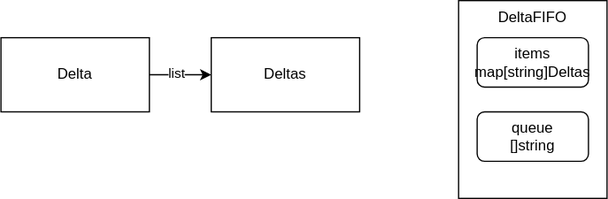
The draw.io diagram contents/kubernetes-operator/client-go/deltafifo/deltafifo.drawio.svg in nakamasato/kubernetes-training, before a commit. Source tidied: cells renumbered, new cells last; positions are measured from the earlier drawing's top-left corner, leaving out a move shared by most shapes. Its diagram source:
```xml
<mxGraphModel>
  <root>
    <mxCell id="0" />
    <mxCell id="1" parent="0" />
    <mxCell id="2" style="edgeStyle=none;html=1;" parent="1" edge="1" source="4" target="5">
      <mxGeometry relative="1" as="geometry" />
    </mxCell>
    <mxCell id="3" value="list" style="edgeLabel;html=1;align=center;verticalAlign=middle;" parent="2" vertex="1">
      <mxGeometry x="-0.13" y="1" relative="1" as="geometry" />
    </mxCell>
    <mxCell id="4" value="Delta" style="rounded=0;whiteSpace=wrap;html=1;" parent="1" vertex="1">
      <mxGeometry y="30" width="120" height="60" as="geometry" />
    </mxCell>
    <mxCell id="5" value="Deltas" style="rounded=0;whiteSpace=wrap;html=1;" parent="1" vertex="1">
      <mxGeometry x="170" y="30" width="120" height="60" as="geometry" />
    </mxCell>
    <mxCell id="6" value="DeltaFIFO" style="rounded=0;whiteSpace=wrap;html=1;verticalAlign=top;" parent="1" vertex="1">
      <mxGeometry x="370" width="120" height="160" as="geometry" />
    </mxCell>
    <mxCell id="7" value="items&lt;br&gt;map[string]Deltas" style="rounded=1;whiteSpace=wrap;html=1;" parent="1" vertex="1">
      <mxGeometry x="385" y="30" width="90" height="40" as="geometry" />
    </mxCell>
    <mxCell id="8" value="queue&lt;br&gt;[]string" style="rounded=1;whiteSpace=wrap;html=1;" parent="1" vertex="1">
      <mxGeometry x="385" y="90" width="90" height="40" as="geometry" />
    </mxCell>
  </root>
</mxGraphModel>
```
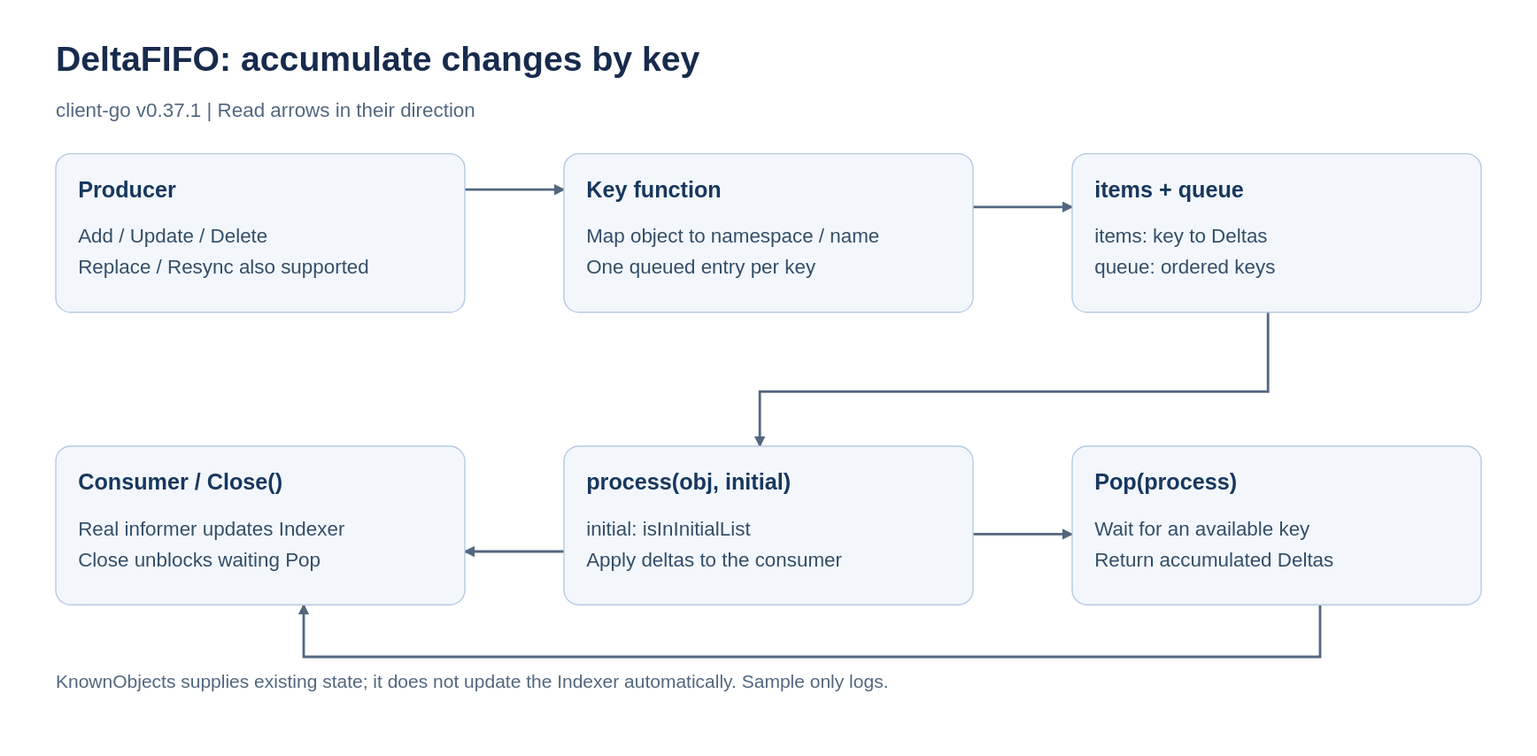
Later version of the same file.

What changed in the source:
```diff
@@ -2,26 +2,96 @@
   <root>
     <mxCell id="0" />
     <mxCell id="1" parent="0" />
-    <mxCell id="2" style="edgeStyle=none;html=1;" parent="1" edge="1" source="4" target="5">
-      <mxGeometry relative="1" as="geometry" />
-    </mxCell>
-    <mxCell id="3" value="list" style="edgeLabel;html=1;align=center;verticalAlign=middle;" parent="2" vertex="1">
-      <mxGeometry x="-0.13" y="1" relative="1" as="geometry" />
-    </mxCell>
-    <mxCell id="4" value="Delta" style="rounded=0;whiteSpace=wrap;html=1;" parent="1" vertex="1">
-      <mxGeometry y="30" width="120" height="60" as="geometry" />
-    </mxCell>
-    <mxCell id="5" value="Deltas" style="rounded=0;whiteSpace=wrap;html=1;" parent="1" vertex="1">
-      <mxGeometry x="170" y="30" width="120" height="60" as="geometry" />
-    </mxCell>
-    <mxCell id="6" value="DeltaFIFO" style="rounded=0;whiteSpace=wrap;html=1;verticalAlign=top;" parent="1" vertex="1">
-      <mxGeometry x="370" width="120" height="160" as="geometry" />
-    </mxCell>
-    <mxCell id="7" value="items&lt;br&gt;map[string]Deltas" style="rounded=1;whiteSpace=wrap;html=1;" parent="1" vertex="1">
-      <mxGeometry x="385" y="30" width="90" height="40" as="geometry" />
-    </mxCell>
-    <mxCell id="8" value="queue&lt;br&gt;[]string" style="rounded=1;whiteSpace=wrap;html=1;" parent="1" vertex="1">
-      <mxGeometry x="385" y="90" width="90" height="40" as="geometry" />
-    </mxCell>
+    <mxCell id="9" value="DeltaFIFO: accumulate changes by key" style="text;html=0;align=left;verticalAlign=middle;whiteSpace=wrap;fontFamily=Arial;fontSize=28;fontStyle=1;fontColor=#172B4D;" parent="1" vertex="1">
+      <mxGeometry x="15" y="-55" width="1150" height="40" as="geometry" />
+    </mxCell>
+    <mxCell id="10" value="client-go v0.37.1  |  Read arrows in their direction" style="text;html=0;align=left;verticalAlign=middle;whiteSpace=wrap;fontFamily=Arial;fontSize=16;fontColor=#52677F;" parent="1" vertex="1">
+      <mxGeometry x="15" y="-5" width="1150" height="24" as="geometry" />
+    </mxCell>
+    <mxCell id="11" value="KnownObjects supplies existing state; it does not update the Indexer automatically. Sample only logs." style="text;html=0;align=left;verticalAlign=middle;whiteSpace=wrap;fontFamily=Arial;fontSize=15;fontColor=#52677F;" parent="1" vertex="1">
+      <mxGeometry x="15" y="455" width="1150" height="48" as="geometry" />
+    </mxCell>
+    <mxCell id="12" style="exitX=1.0;exitY=0.2265625;entryX=0.0;entryY=0.2265625;edgeStyle=none;html=0;endArrow=block;endFill=1;strokeColor=#52677F;strokeWidth=2;" parent="1" edge="1" source="18" target="21">
+      <mxGeometry relative="1" as="geometry" />
+    </mxCell>
+    <mxCell id="13" style="exitX=1.0;exitY=0.3359375;entryX=0.0;entryY=0.3359375;edgeStyle=none;html=0;endArrow=block;endFill=1;strokeColor=#52677F;strokeWidth=2;" parent="1" edge="1" source="21" target="24">
+      <mxGeometry relative="1" as="geometry" />
+    </mxCell>
+    <mxCell id="14" style="exitX=0.47878787878787876;exitY=1.0;entryX=0.47878787878787876;entryY=0.0;edgeStyle=none;html=0;endArrow=block;endFill=1;strokeColor=#52677F;strokeWidth=2;" parent="1" edge="1" source="24" target="30">
+      <mxGeometry relative="1" as="geometry">
+        <Array as="points">
+          <mxPoint x="993" y="236" />
+          <mxPoint x="583" y="236" />
+        </Array>
+      </mxGeometry>
+    </mxCell>
+    <mxCell id="15" style="exitX=1.0;exitY=0.5546875;entryX=0.0;entryY=0.5546875;edgeStyle=none;html=0;endArrow=block;endFill=1;strokeColor=#52677F;strokeWidth=2;" parent="1" edge="1" source="30" target="33">
+      <mxGeometry relative="1" as="geometry" />
+    </mxCell>
+    <mxCell id="16" style="exitX=0.0;exitY=0.6640625;entryX=1.0;entryY=0.6640625;edgeStyle=none;html=0;endArrow=block;endFill=1;strokeColor=#52677F;strokeWidth=2;" parent="1" edge="1" source="30" target="27">
+      <mxGeometry relative="1" as="geometry" />
+    </mxCell>
+    <mxCell id="17" style="exitX=0.6060606060606061;exitY=1.0;entryX=0.6060606060606061;entryY=1.0;edgeStyle=none;html=0;endArrow=block;endFill=1;strokeColor=#52677F;strokeWidth=2;" parent="1" edge="1" source="33" target="27">
+      <mxGeometry relative="1" as="geometry">
+        <Array as="points">
+          <mxPoint x="1035" y="450" />
+          <mxPoint x="215" y="450" />
+        </Array>
+      </mxGeometry>
+    </mxCell>
+    <mxCell id="18" style="rounded=1;arcSize=12;html=0;fillColor=#F3F7FC;strokeColor=#B7C9E2;strokeWidth=1;" parent="1" vertex="1">
+      <mxGeometry x="15" y="44" width="330" height="128" as="geometry" />
+    </mxCell>
+    <mxCell id="19" value="Producer" style="text;html=0;align=left;verticalAlign=middle;whiteSpace=wrap;fontFamily=Arial;fontSize=18;fontStyle=1;fontColor=#17375E;" parent="18" vertex="1">
+      <mxGeometry x="18" y="14" width="294" height="30" as="geometry" />
+    </mxCell>
+    <mxCell id="20" value="Add / Update / Delete&#10;Replace / Resync also supported" style="text;html=0;align=left;verticalAlign=middle;whiteSpace=wrap;fontFamily=Arial;fontSize=16;fontColor=#334E68;" parent="18" vertex="1">
+      <mxGeometry x="18" y="51" width="294" height="63" as="geometry" />
+    </mxCell>
+    <mxCell id="21" style="rounded=1;arcSize=12;html=0;fillColor=#F3F7FC;strokeColor=#B7C9E2;strokeWidth=1;" parent="1" vertex="1">
+      <mxGeometry x="425" y="44" width="330" height="128" as="geometry" />
+    </mxCell>
+    <mxCell id="22" value="Key function" style="text;html=0;align=left;verticalAlign=middle;whiteSpace=wrap;fontFamily=Arial;fontSize=18;fontStyle=1;fontColor=#17375E;" parent="21" vertex="1">
+      <mxGeometry x="18" y="14" width="294" height="30" as="geometry" />
+    </mxCell>
+    <mxCell id="23" value="Map object to namespace / name&#10;One queued entry per key" style="text;html=0;align=left;verticalAlign=middle;whiteSpace=wrap;fontFamily=Arial;fontSize=16;fontColor=#334E68;" parent="21" vertex="1">
+      <mxGeometry x="18" y="51" width="294" height="63" as="geometry" />
+    </mxCell>
+    <mxCell id="24" style="rounded=1;arcSize=12;html=0;fillColor=#F3F7FC;strokeColor=#B7C9E2;strokeWidth=1;" parent="1" vertex="1">
+      <mxGeometry x="835" y="44" width="330" height="128" as="geometry" />
+    </mxCell>
+    <mxCell id="25" value="items + queue" style="text;html=0;align=left;verticalAlign=middle;whiteSpace=wrap;fontFamily=Arial;fontSize=18;fontStyle=1;fontColor=#17375E;" parent="24" vertex="1">
+      <mxGeometry x="18" y="14" width="294" height="30" as="geometry" />
+    </mxCell>
+    <mxCell id="26" value="items: key to Deltas&#10;queue: ordered keys" style="text;html=0;align=left;verticalAlign=middle;whiteSpace=wrap;fontFamily=Arial;fontSize=16;fontColor=#334E68;" parent="24" vertex="1">
+      <mxGeometry x="18" y="51" width="294" height="63" as="geometry" />
+    </mxCell>
+    <mxCell id="27" style="rounded=1;arcSize=12;html=0;fillColor=#F3F7FC;strokeColor=#B7C9E2;strokeWidth=1;" parent="1" vertex="1">
+      <mxGeometry x="15" y="280" width="330" height="128" as="geometry" />
+    </mxCell>
+    <mxCell id="28" value="Consumer / Close()" style="text;html=0;align=left;verticalAlign=middle;whiteSpace=wrap;fontFamily=Arial;fontSize=18;fontStyle=1;fontColor=#17375E;" parent="27" vertex="1">
+      <mxGeometry x="18" y="14" width="294" height="30" as="geometry" />
+    </mxCell>
+    <mxCell id="29" value="Real informer updates Indexer&#10;Close unblocks waiting Pop" style="text;html=0;align=left;verticalAlign=middle;whiteSpace=wrap;fontFamily=Arial;fontSize=16;fontColor=#334E68;" parent="27" vertex="1">
+      <mxGeometry x="18" y="51" width="294" height="63" as="geometry" />
+    </mxCell>
+    <mxCell id="30" style="rounded=1;arcSize=12;html=0;fillColor=#F3F7FC;strokeColor=#B7C9E2;strokeWidth=1;" parent="1" vertex="1">
+      <mxGeometry x="425" y="280" width="330" height="128" as="geometry" />
+    </mxCell>
+    <mxCell id="31" value="process(obj, initial)" style="text;html=0;align=left;verticalAlign=middle;whiteSpace=wrap;fontFamily=Arial;fontSize=18;fontStyle=1;fontColor=#17375E;" parent="30" vertex="1">
+      <mxGeometry x="18" y="14" width="294" height="30" as="geometry" />
+    </mxCell>
+    <mxCell id="32" value="initial: isInInitialList&#10;Apply deltas to the consumer" style="text;html=0;align=left;verticalAlign=middle;whiteSpace=wrap;fontFamily=Arial;fontSize=16;fontColor=#334E68;" parent="30" vertex="1">
+      <mxGeometry x="18" y="51" width="294" height="63" as="geometry" />
+    </mxCell>
+    <mxCell id="33" style="rounded=1;arcSize=12;html=0;fillColor=#F3F7FC;strokeColor=#B7C9E2;strokeWidth=1;" parent="1" vertex="1">
+      <mxGeometry x="835" y="280" width="330" height="128" as="geometry" />
+    </mxCell>
+    <mxCell id="34" value="Pop(process)" style="text;html=0;align=left;verticalAlign=middle;whiteSpace=wrap;fontFamily=Arial;fontSize=18;fontStyle=1;fontColor=#17375E;" parent="33" vertex="1">
+      <mxGeometry x="18" y="14" width="294" height="30" as="geometry" />
+    </mxCell>
+    <mxCell id="35" value="Wait for an available key&#10;Return accumulated Deltas" style="text;html=0;align=left;verticalAlign=middle;whiteSpace=wrap;fontFamily=Arial;fontSize=16;fontColor=#334E68;" parent="33" vertex="1">
+      <mxGeometry x="18" y="51" width="294" height="63" as="geometry" />
+    </mxCell>
   </root>
 </mxGraphModel>
```
